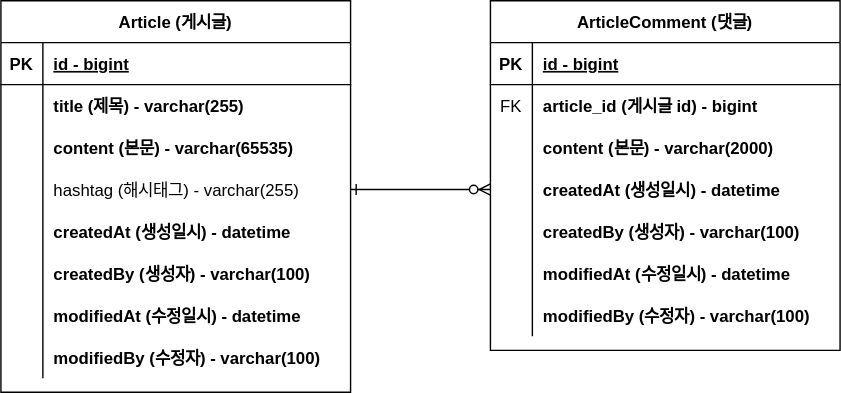
Before: document/project-board-erd.svg, a diagram exported from draw.io (wjddnwh/fastcampus-project-boards). Source tidied: cells renumbered, new cells last; positions are measured from the earlier drawing's top-left corner, leaving out a move shared by most shapes.
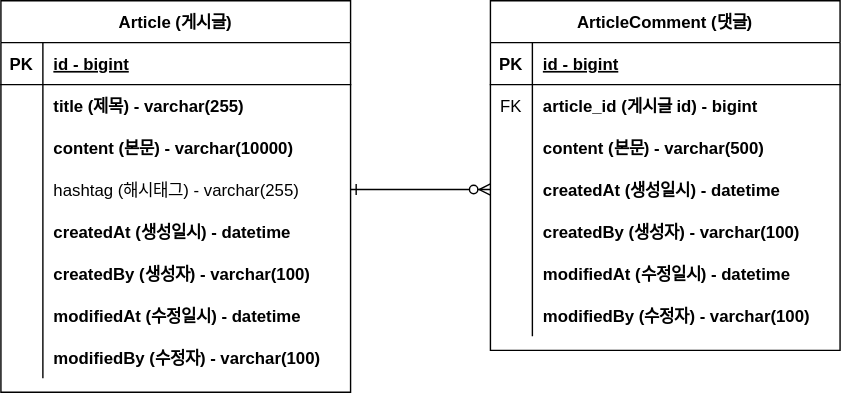
The same diagram one commit later.

Commit message:
#10 - erd 업데이트: content 사이즈 변경

The edit, as a diff of the source:
```diff
@@ -32,7 +32,7 @@
     <mxCell id="11" style="shape=partialRectangle;overflow=hidden;fillColor=none;top=0;left=0;bottom=0;right=0;" parent="10" vertex="1">
       <mxGeometry width="30" height="30" as="geometry" />
     </mxCell>
-    <mxCell id="12" value="content (본문) - varchar(2000)" style="shape=partialRectangle;overflow=hidden;fillColor=none;top=0;left=0;bottom=0;right=0;align=left;spacingLeft=6;fontStyle=1;" parent="10" vertex="1">
+    <mxCell id="12" value="content (본문) - varchar(500)" style="shape=partialRectangle;overflow=hidden;fillColor=none;top=0;left=0;bottom=0;right=0;align=left;spacingLeft=6;fontStyle=1;" parent="10" vertex="1">
       <mxGeometry x="30" width="220" height="30" as="geometry" />
     </mxCell>
     <mxCell id="13" style="shape=partialRectangle;fillColor=none;points=[[0,0.5],[1,0.5]];portConstraint=eastwest;top=0;left=0;right=0;bottom=0;" parent="3" vertex="1">
@@ -98,7 +98,7 @@
     <mxCell id="33" style="shape=partialRectangle;overflow=hidden;fillColor=none;top=0;left=0;bottom=0;right=0;" parent="32" vertex="1">
       <mxGeometry width="30" height="30" as="geometry" />
     </mxCell>
-    <mxCell id="34" value="content (본문) - varchar(65535)" style="shape=partialRectangle;overflow=hidden;fillColor=none;top=0;left=0;bottom=0;right=0;align=left;spacingLeft=6;fontStyle=1;" parent="32" vertex="1">
+    <mxCell id="34" value="content (본문) - varchar(10000)" style="shape=partialRectangle;overflow=hidden;fillColor=none;top=0;left=0;bottom=0;right=0;align=left;spacingLeft=6;fontStyle=1;" parent="32" vertex="1">
       <mxGeometry x="30" width="220" height="30" as="geometry" />
     </mxCell>
     <mxCell id="35" style="shape=partialRectangle;fillColor=none;points=[[0,0.5],[1,0.5]];portConstraint=eastwest;top=0;left=0;right=0;bottom=0;" parent="25" vertex="1">
```
